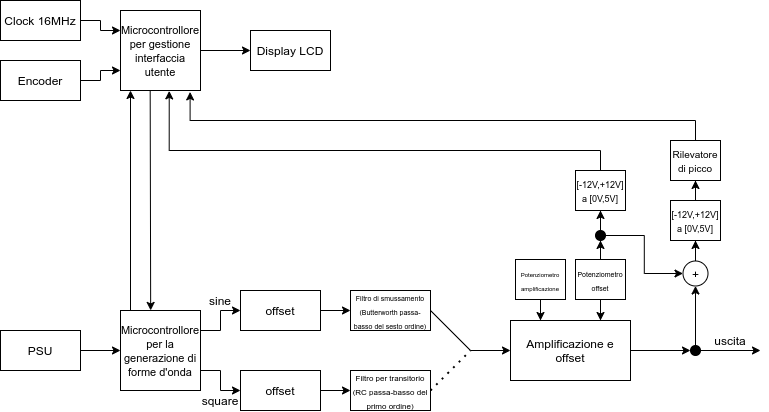
EmaMaker/SignalGenerator-Teensy keeps this draw.io diagram as Docs/block_scheme_v03_with_components.png. Above is the earlier version. Source tidied: cells renumbered, new cells last; positions are measured from the earlier drawing's top-left corner, leaving out a move shared by most shapes. Source of this version:
```xml
<mxGraphModel>
  <root>
    <mxCell id="0" />
    <mxCell id="1" parent="0" />
    <mxCell id="2" value="&lt;font style=&quot;font-size: 11px&quot;&gt;Microcontrollore per gestione interfaccia utente&lt;/font&gt;" style="whiteSpace=wrap;html=1;" parent="1" vertex="1">
      <mxGeometry x="120" y="10" width="80" height="80" as="geometry" />
    </mxCell>
    <mxCell id="3" value="&lt;font style=&quot;font-size: 11px&quot;&gt;Microcontrollore per la generazione di forme d'onda&lt;/font&gt;" style="whiteSpace=wrap;html=1;" parent="1" vertex="1">
      <mxGeometry x="120" y="310" width="80" height="80" as="geometry" />
    </mxCell>
    <mxCell id="4" value="&lt;font&gt;&lt;font style=&quot;font-size: 12px&quot;&gt;offset&lt;/font&gt;&lt;br&gt;&lt;/font&gt;" style="rounded=0;whiteSpace=wrap;html=1;" parent="1" vertex="1">
      <mxGeometry x="240" y="290" width="80" height="40" as="geometry" />
    </mxCell>
    <mxCell id="5" value="offset" style="rounded=0;whiteSpace=wrap;html=1;" parent="1" vertex="1">
      <mxGeometry x="240" y="370" width="80" height="40" as="geometry" />
    </mxCell>
    <mxCell id="6" style="endArrow=classic;html=1;exitX=1;exitY=0.5;exitDx=0;exitDy=0;entryX=0;entryY=0.5;entryDx=0;entryDy=0;" parent="1" edge="1" source="4" target="8">
      <mxGeometry relative="1" as="geometry" />
    </mxCell>
    <mxCell id="7" style="endArrow=classic;html=1;entryX=0;entryY=0.5;entryDx=0;entryDy=0;" parent="1" edge="1" target="9">
      <mxGeometry relative="1" as="geometry">
        <mxPoint x="320" y="390" as="sourcePoint" />
      </mxGeometry>
    </mxCell>
    <mxCell id="8" value="&lt;font style=&quot;font-size: 7px&quot;&gt;Filtro di smussamento&lt;br&gt;(Butterworth passa-basso del sesto ordine)&lt;/font&gt;" style="rounded=0;whiteSpace=wrap;html=1;" parent="1" vertex="1">
      <mxGeometry x="350" y="290" width="80" height="40" as="geometry" />
    </mxCell>
    <mxCell id="9" value="&lt;font style=&quot;font-size: 8px&quot;&gt;Filtro per transitorio&lt;br&gt;(RC passa-basso del primo ordine)&lt;/font&gt;" style="rounded=0;whiteSpace=wrap;html=1;" parent="1" vertex="1">
      <mxGeometry x="350" y="370" width="80" height="40" as="geometry" />
    </mxCell>
    <mxCell id="10" style="endArrow=classic;html=1;entryX=0;entryY=0.5;entryDx=0;entryDy=0;rounded=0;" parent="1" edge="1" target="5">
      <mxGeometry relative="1" as="geometry">
        <mxPoint x="200" y="370" as="sourcePoint" />
        <Array as="points">
          <mxPoint x="220" y="370" />
          <mxPoint x="220" y="390" />
        </Array>
      </mxGeometry>
    </mxCell>
    <mxCell id="11" style="endArrow=classic;html=1;entryX=0;entryY=0.5;entryDx=0;entryDy=0;rounded=0;" parent="1" edge="1" target="4">
      <mxGeometry relative="1" as="geometry">
        <mxPoint x="200" y="330" as="sourcePoint" />
        <Array as="points">
          <mxPoint x="220" y="330" />
          <mxPoint x="220" y="310" />
        </Array>
      </mxGeometry>
    </mxCell>
    <mxCell id="12" style="endArrow=classic;html=1;" parent="1" edge="1">
      <mxGeometry relative="1" as="geometry">
        <mxPoint x="470" y="350" as="sourcePoint" />
        <mxPoint x="510" y="350" as="targetPoint" />
      </mxGeometry>
    </mxCell>
    <mxCell id="13" style="endArrow=none;dashed=1;html=1;dashPattern=1 3;strokeWidth=2;" parent="1" edge="1">
      <mxGeometry relative="1" as="geometry">
        <mxPoint x="430" y="390" as="sourcePoint" />
        <mxPoint x="470" y="350" as="targetPoint" />
      </mxGeometry>
    </mxCell>
    <mxCell id="14" style="endArrow=none;html=1;exitX=1;exitY=0.5;exitDx=0;exitDy=0;" parent="1" edge="1" source="8">
      <mxGeometry relative="1" as="geometry">
        <mxPoint x="470" y="350" as="targetPoint" />
      </mxGeometry>
    </mxCell>
    <mxCell id="15" value="Amplificazione e offset" style="rounded=0;whiteSpace=wrap;html=1;" parent="1" vertex="1">
      <mxGeometry x="510" y="320" width="120" height="60" as="geometry" />
    </mxCell>
    <mxCell id="16" style="edgeStyle=orthogonalEdgeStyle;rounded=0;jettySize=auto;html=1;exitX=1;exitY=0.5;exitDx=0;exitDy=0;entryX=0;entryY=0.25;entryDx=0;entryDy=0;" parent="1" edge="1" source="30" target="2">
      <mxGeometry relative="1" as="geometry" />
    </mxCell>
    <mxCell id="17" style="edgeStyle=orthogonalEdgeStyle;rounded=0;jettySize=auto;html=1;entryX=0;entryY=0.75;entryDx=0;entryDy=0;" parent="1" edge="1" source="18" target="2">
      <mxGeometry relative="1" as="geometry" />
    </mxCell>
    <mxCell id="18" value="Encoder" style="rounded=0;whiteSpace=wrap;html=1;" parent="1" vertex="1">
      <mxGeometry y="60" width="80" height="40" as="geometry" />
    </mxCell>
    <mxCell id="19" style="endArrow=classic;html=1;entryX=0;entryY=0.5;entryDx=0;entryDy=0;" parent="1" edge="1" target="20">
      <mxGeometry relative="1" as="geometry">
        <mxPoint x="630" y="350" as="sourcePoint" />
      </mxGeometry>
    </mxCell>
    <mxCell id="20" style="ellipse;whiteSpace=wrap;html=1;fillColor=#000000;" parent="1" vertex="1">
      <mxGeometry x="690" y="345" width="10" height="10" as="geometry" />
    </mxCell>
    <mxCell id="21" style="endArrow=classic;html=1;exitX=1;exitY=0.5;exitDx=0;exitDy=0;" parent="1" edge="1" source="20">
      <mxGeometry relative="1" as="geometry">
        <mxPoint x="760" y="350" as="targetPoint" />
      </mxGeometry>
    </mxCell>
    <mxCell id="22" style="endArrow=classic;html=1;entryX=0.5;entryY=1;entryDx=0;entryDy=0;exitX=0.5;exitY=0;exitDx=0;exitDy=0;" parent="1" edge="1" source="20" target="43">
      <mxGeometry relative="1" as="geometry" />
    </mxCell>
    <mxCell id="23" style="endArrow=classic;html=1;entryX=0.125;entryY=1;entryDx=0;entryDy=0;exitX=0.25;exitY=0;exitDx=0;exitDy=0;entryPerimeter=0;" parent="1" edge="1" target="2">
      <mxGeometry relative="1" as="geometry">
        <mxPoint x="130" y="310" as="sourcePoint" />
      </mxGeometry>
    </mxCell>
    <mxCell id="24" style="endArrow=classic;html=1;exitX=0.371;exitY=0.999;exitDx=0;exitDy=0;exitPerimeter=0;entryX=0.377;entryY=-0.001;entryDx=0;entryDy=0;entryPerimeter=0;" parent="1" edge="1" source="2" target="3">
      <mxGeometry relative="1" as="geometry" />
    </mxCell>
    <mxCell id="25" style="endArrow=classic;html=1;exitX=1;exitY=0.5;exitDx=0;exitDy=0;entryX=0;entryY=0.5;entryDx=0;entryDy=0;" parent="1" edge="1" source="2" target="26">
      <mxGeometry relative="1" as="geometry" />
    </mxCell>
    <mxCell id="26" value="Display LCD" style="rounded=0;whiteSpace=wrap;html=1;" parent="1" vertex="1">
      <mxGeometry x="250" y="30" width="80" height="40" as="geometry" />
    </mxCell>
    <mxCell id="27" value="uscita" style="text;html=1;strokeColor=none;fillColor=none;align=center;verticalAlign=middle;whiteSpace=wrap;rounded=0;" parent="1" vertex="1">
      <mxGeometry x="710" y="330" width="40" height="20" as="geometry" />
    </mxCell>
    <mxCell id="28" value="sine" style="text;html=1;strokeColor=none;fillColor=none;align=center;verticalAlign=middle;whiteSpace=wrap;rounded=0;" parent="1" vertex="1">
      <mxGeometry x="200" y="290" width="40" height="20" as="geometry" />
    </mxCell>
    <mxCell id="29" value="square" style="text;html=1;strokeColor=none;fillColor=none;align=center;verticalAlign=middle;whiteSpace=wrap;rounded=0;" parent="1" vertex="1">
      <mxGeometry x="200" y="390" width="40" height="20" as="geometry" />
    </mxCell>
    <mxCell id="30" value="Clock 16MHz" style="rounded=0;whiteSpace=wrap;html=1;" parent="1" vertex="1">
      <mxGeometry width="80" height="40" as="geometry" />
    </mxCell>
    <mxCell id="31" style="edgeStyle=orthogonalEdgeStyle;rounded=0;jettySize=auto;html=1;" parent="1" edge="1" source="32" target="3">
      <mxGeometry relative="1" as="geometry" />
    </mxCell>
    <mxCell id="32" value="PSU" style="rounded=0;whiteSpace=wrap;html=1;" parent="1" vertex="1">
      <mxGeometry y="330" width="80" height="40" as="geometry" />
    </mxCell>
    <mxCell id="33" style="edgeStyle=orthogonalEdgeStyle;rounded=0;jettySize=auto;html=1;entryX=0.75;entryY=0;entryDx=0;entryDy=0;" parent="1" edge="1" source="35" target="15">
      <mxGeometry relative="1" as="geometry" />
    </mxCell>
    <mxCell id="34" style="edgeStyle=orthogonalEdgeStyle;rounded=0;jettySize=auto;html=1;entryX=0.5;entryY=1;entryDx=0;entryDy=0;" parent="1" edge="1" source="35" target="46">
      <mxGeometry relative="1" as="geometry" />
    </mxCell>
    <mxCell id="35" value="&lt;font style=&quot;font-size: 7px&quot;&gt;Potenziometro offset&lt;/font&gt;" style="rounded=0;whiteSpace=wrap;html=1;" parent="1" vertex="1">
      <mxGeometry x="575" y="259" width="50" height="40" as="geometry" />
    </mxCell>
    <mxCell id="36" style="edgeStyle=orthogonalEdgeStyle;rounded=0;jettySize=auto;html=1;entryX=0.25;entryY=0;entryDx=0;entryDy=0;" parent="1" edge="1" source="37" target="15">
      <mxGeometry relative="1" as="geometry" />
    </mxCell>
    <mxCell id="37" value="&lt;span style=&quot;font-size: 6px&quot;&gt;Potenziometro amplificazione&lt;/span&gt;" style="rounded=0;whiteSpace=wrap;html=1;" parent="1" vertex="1">
      <mxGeometry x="515" y="259" width="50" height="40" as="geometry" />
    </mxCell>
    <mxCell id="38" style="edgeStyle=orthogonalEdgeStyle;rounded=0;jettySize=auto;html=1;entryX=0.87;entryY=1.018;entryDx=0;entryDy=0;entryPerimeter=0;" parent="1" edge="1" source="39" target="2">
      <mxGeometry relative="1" as="geometry">
        <Array as="points">
          <mxPoint x="695" y="120" />
          <mxPoint x="190" y="120" />
        </Array>
      </mxGeometry>
    </mxCell>
    <mxCell id="39" value="&lt;font style=&quot;font-size: 10px&quot;&gt;Rilevatore di picco&lt;/font&gt;" style="rounded=0;whiteSpace=wrap;html=1;fillColor=#FFFFFF;" parent="1" vertex="1">
      <mxGeometry x="670" y="140" width="50" height="40" as="geometry" />
    </mxCell>
    <mxCell id="40" style="edgeStyle=orthogonalEdgeStyle;rounded=0;jettySize=auto;html=1;entryX=0.609;entryY=1.005;entryDx=0;entryDy=0;entryPerimeter=0;exitX=0.5;exitY=0;exitDx=0;exitDy=0;" parent="1" edge="1" source="41" target="2">
      <mxGeometry relative="1" as="geometry">
        <Array as="points">
          <mxPoint x="600" y="150" />
          <mxPoint x="169" y="150" />
        </Array>
      </mxGeometry>
    </mxCell>
    <mxCell id="41" value="&lt;font style=&quot;font-size: 9px&quot;&gt;[-12V,+12V] a [0V,5V]&lt;/font&gt;" style="rounded=0;whiteSpace=wrap;html=1;fillColor=#FFFFFF;" parent="1" vertex="1">
      <mxGeometry x="575" y="170" width="50" height="40" as="geometry" />
    </mxCell>
    <mxCell id="42" style="edgeStyle=orthogonalEdgeStyle;rounded=0;jettySize=auto;html=1;entryX=0.5;entryY=1;entryDx=0;entryDy=0;" parent="1" edge="1" source="43" target="48">
      <mxGeometry relative="1" as="geometry" />
    </mxCell>
    <mxCell id="43" value="+" style="ellipse;whiteSpace=wrap;html=1;" parent="1" vertex="1">
      <mxGeometry x="682.5" y="260.5" width="25" height="25" as="geometry" />
    </mxCell>
    <mxCell id="44" style="edgeStyle=orthogonalEdgeStyle;rounded=0;jettySize=auto;html=1;entryX=0;entryY=0.5;entryDx=0;entryDy=0;" parent="1" edge="1" source="46" target="43">
      <mxGeometry relative="1" as="geometry" />
    </mxCell>
    <mxCell id="45" style="edgeStyle=orthogonalEdgeStyle;rounded=0;jettySize=auto;html=1;" parent="1" edge="1" source="46" target="41">
      <mxGeometry relative="1" as="geometry" />
    </mxCell>
    <mxCell id="46" style="ellipse;whiteSpace=wrap;html=1;fillColor=#000000;" parent="1" vertex="1">
      <mxGeometry x="595" y="230" width="10" height="10" as="geometry" />
    </mxCell>
    <mxCell id="47" style="edgeStyle=orthogonalEdgeStyle;rounded=0;jettySize=auto;html=1;entryX=0.5;entryY=1;entryDx=0;entryDy=0;" parent="1" edge="1" source="48" target="39">
      <mxGeometry relative="1" as="geometry" />
    </mxCell>
    <mxCell id="48" value="&lt;font style=&quot;font-size: 9px&quot;&gt;[-12V,+12V] a [0V,5V]&lt;/font&gt;" style="rounded=0;whiteSpace=wrap;html=1;fillColor=#FFFFFF;" parent="1" vertex="1">
      <mxGeometry x="670" y="200" width="50" height="40" as="geometry" />
    </mxCell>
  </root>
</mxGraphModel>
```
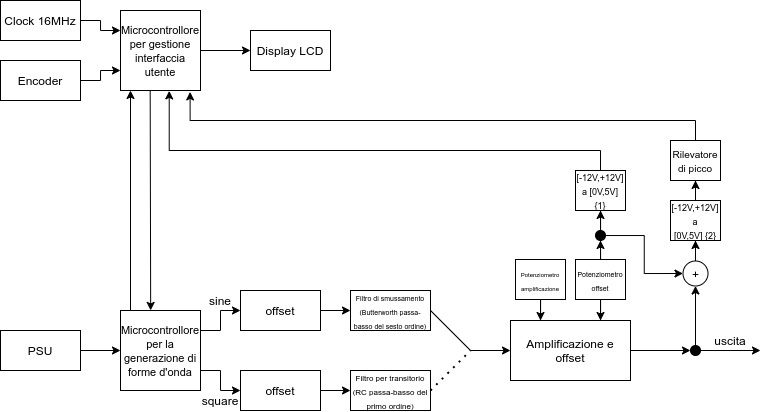
The same file after the commit.

Diff of the diagram source:
```diff
@@ -157,7 +157,7 @@
         </Array>
       </mxGeometry>
     </mxCell>
-    <mxCell id="41" value="&lt;font style=&quot;font-size: 9px&quot;&gt;[-12V,+12V] a [0V,5V]&lt;/font&gt;" style="rounded=0;whiteSpace=wrap;html=1;fillColor=#FFFFFF;" parent="1" vertex="1">
+    <mxCell id="41" value="&lt;font style=&quot;font-size: 9px&quot;&gt;[-12V,+12V] a [0V,5V] {1}&lt;/font&gt;" style="rounded=0;whiteSpace=wrap;html=1;fillColor=#FFFFFF;" parent="1" vertex="1">
       <mxGeometry x="575" y="170" width="50" height="40" as="geometry" />
     </mxCell>
     <mxCell id="42" style="edgeStyle=orthogonalEdgeStyle;rounded=0;jettySize=auto;html=1;entryX=0.5;entryY=1;entryDx=0;entryDy=0;" parent="1" edge="1" source="43" target="48">
@@ -178,7 +178,7 @@
     <mxCell id="47" style="edgeStyle=orthogonalEdgeStyle;rounded=0;jettySize=auto;html=1;entryX=0.5;entryY=1;entryDx=0;entryDy=0;" parent="1" edge="1" source="48" target="39">
       <mxGeometry relative="1" as="geometry" />
     </mxCell>
-    <mxCell id="48" value="&lt;font style=&quot;font-size: 9px&quot;&gt;[-12V,+12V] a [0V,5V]&lt;/font&gt;" style="rounded=0;whiteSpace=wrap;html=1;fillColor=#FFFFFF;" parent="1" vertex="1">
+    <mxCell id="48" value="&lt;font style=&quot;font-size: 9px&quot;&gt;[-12V,+12V] a [0V,5V]&amp;nbsp;&lt;/font&gt;&lt;span style=&quot;font-size: 9px&quot;&gt;{2}&lt;/span&gt;" style="rounded=0;whiteSpace=wrap;html=1;fillColor=#FFFFFF;" parent="1" vertex="1">
       <mxGeometry x="670" y="200" width="50" height="40" as="geometry" />
     </mxCell>
   </root>
```
